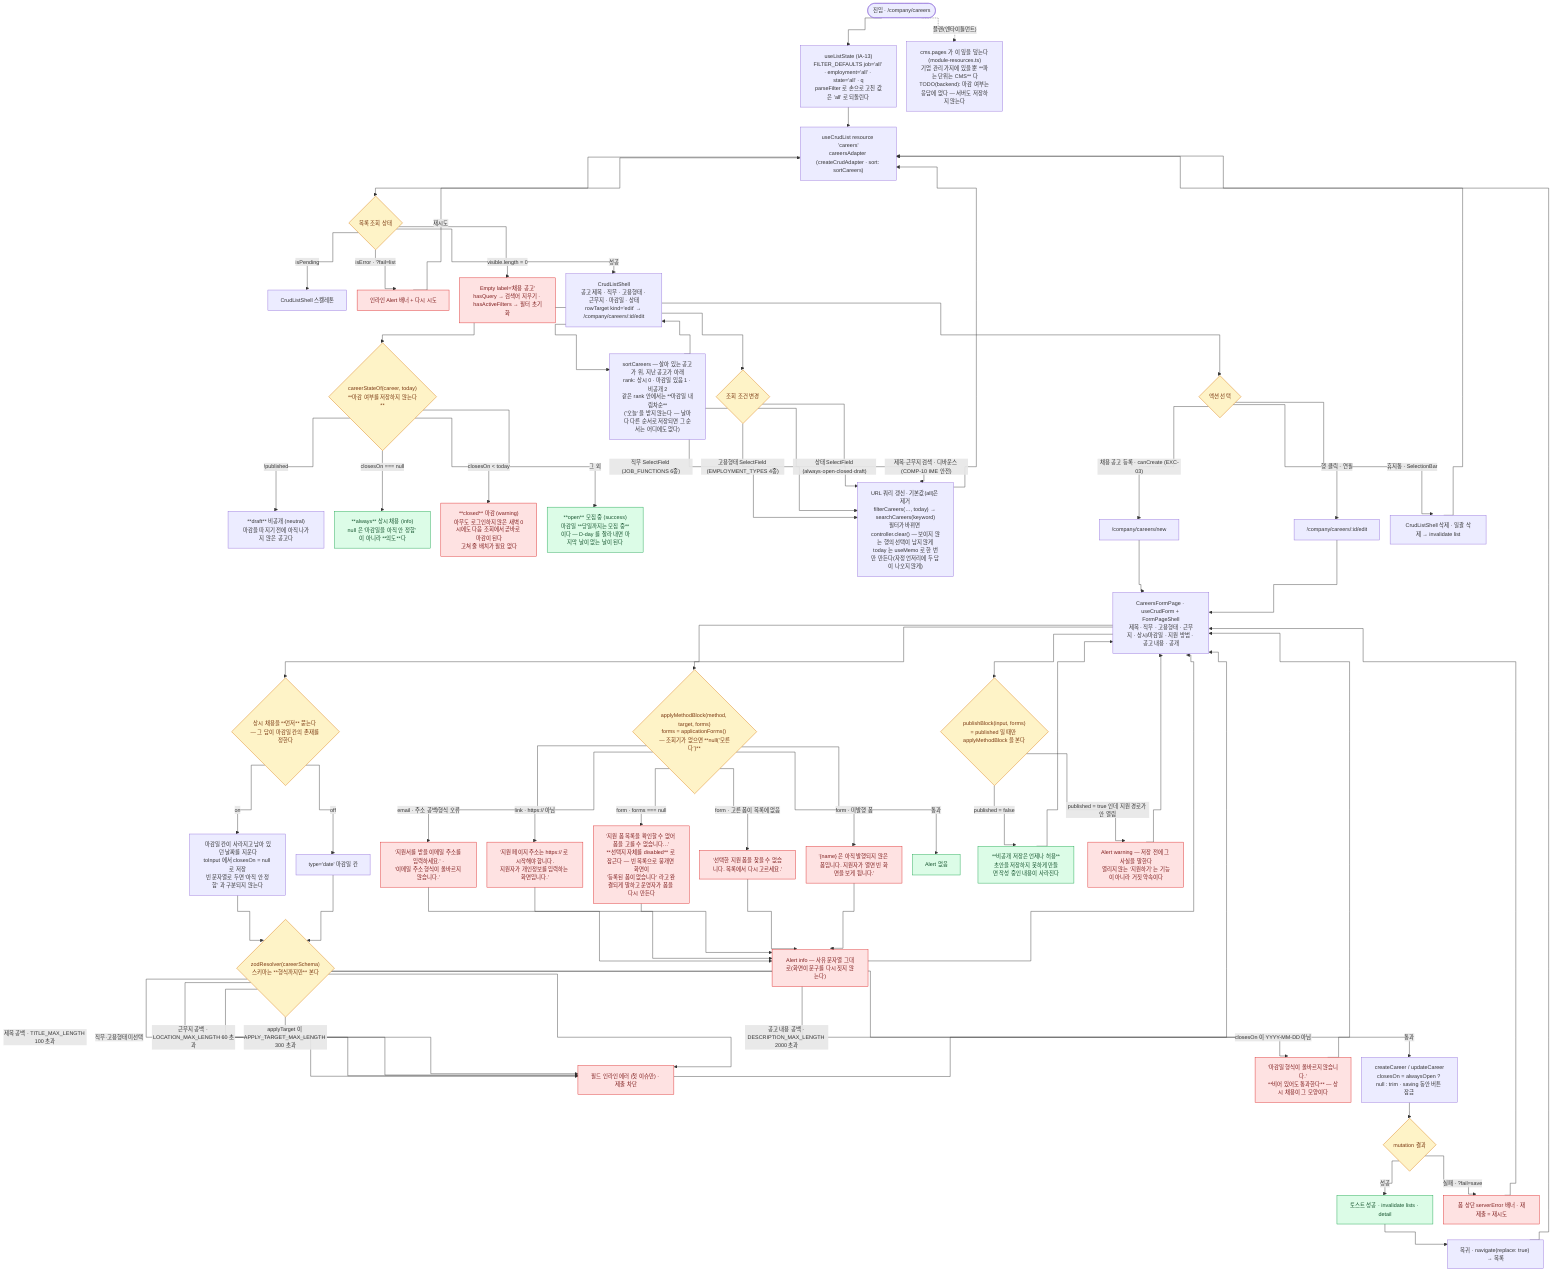
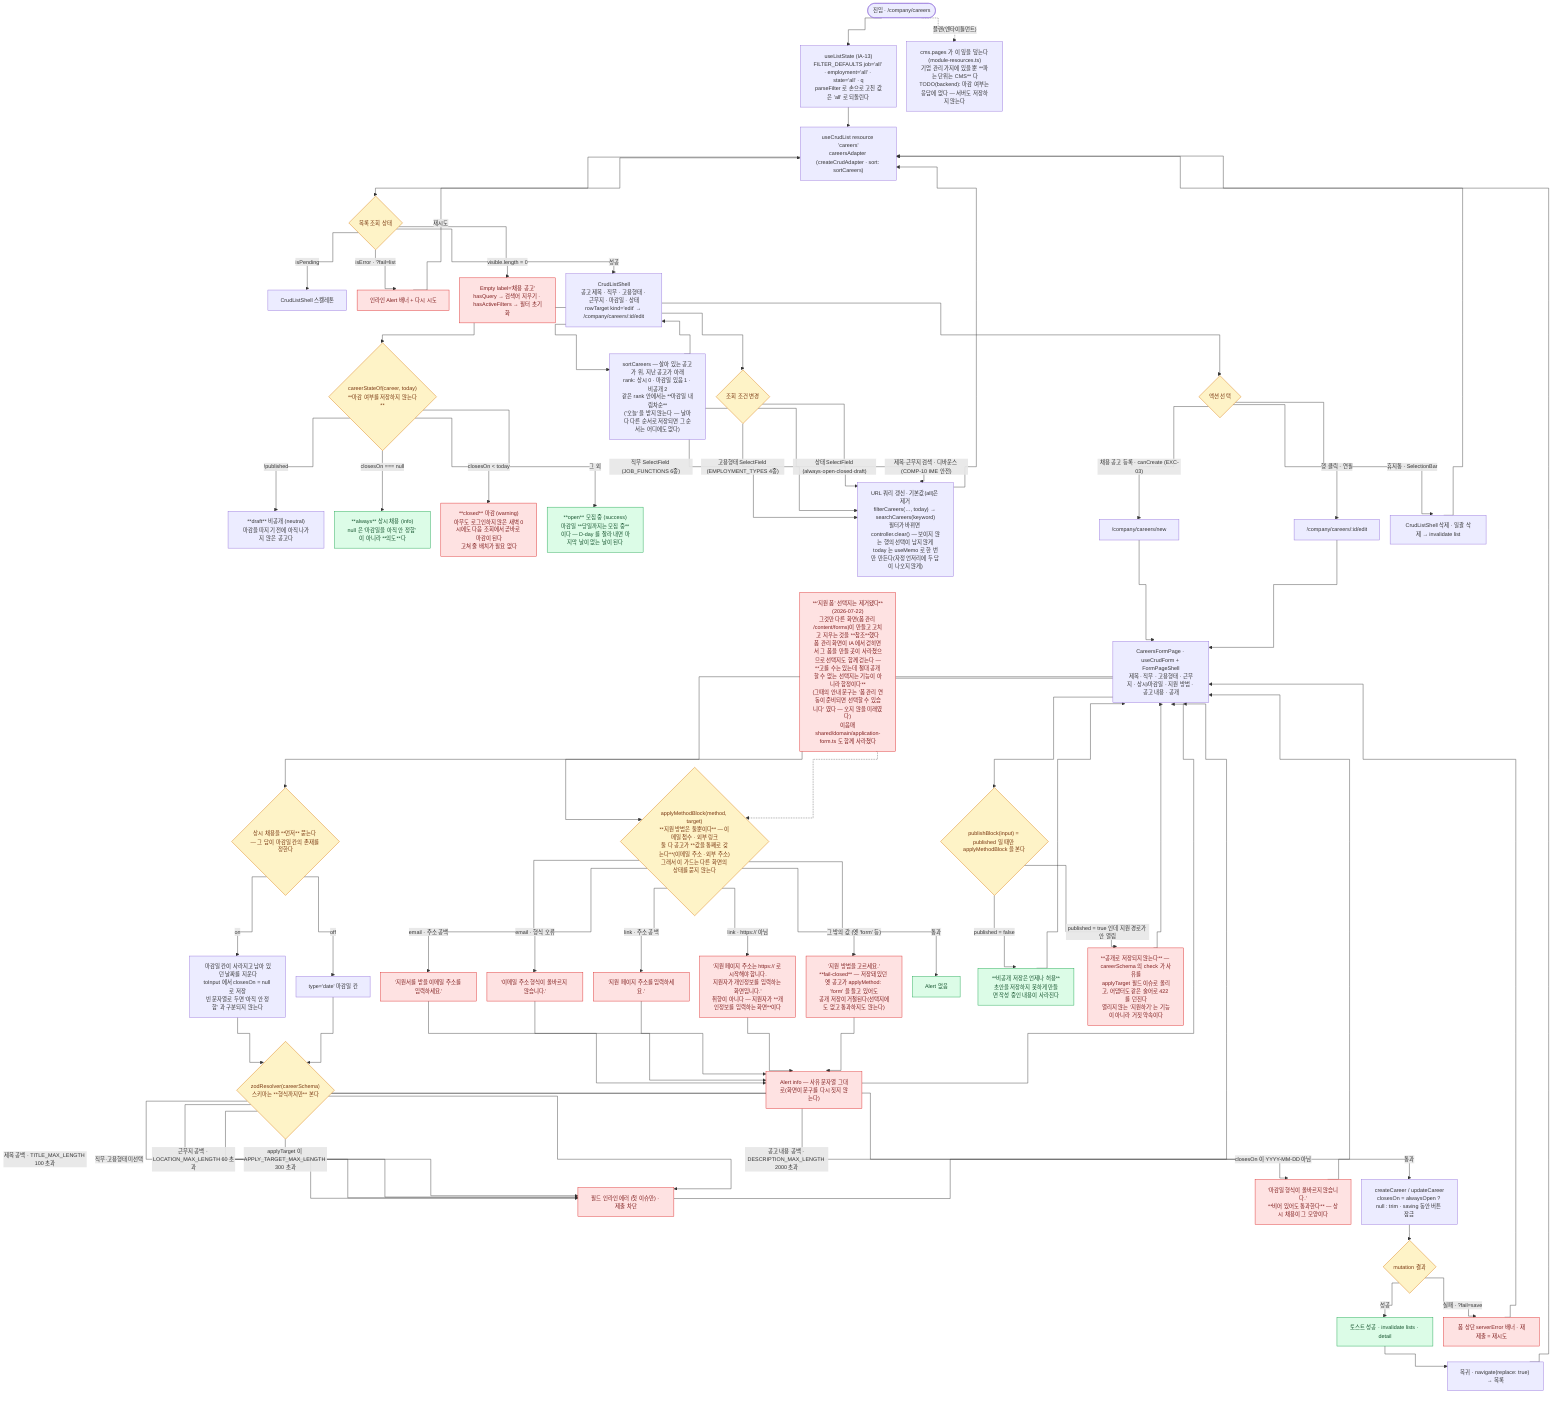
%% 채용 공고 · /company/careers
%%{init: {"flowchart": {"curve": "step", "nodeSpacing": 25, "rankSpacing": 38, "wrappingWidth": 170}, "themeVariables": {"fontSize": "13px"}} }%%
flowchart TD
  S(["진입 · /company/careers"]) --> URL["useListState (IA-13)<br/>FILTER_DEFAULTS job='all' · employment='all' · state='all' · q<br/>parseFilter 로 손으로 고친 값은 'all' 로 되돌린다"]
  URL --> Q["useCrudList resource 'careers'<br/>careersAdapter (createCrudAdapter · sort: sortCareers)"]
  Q --> ST{"목록 조회 상태"}
  ST -->|"isPending"| LOAD["CrudListShell 스켈레톤"]
  ST -->|"isError · ?fail=list"| ERRL["인라인 Alert 배너 + 다시 시도"]
  ST -->|"visible.length = 0"| EMPTY["Empty label='채용 공고'<br/>hasQuery → 검색어 지우기 · hasActiveFilters → 필터 초기화"]
  ST -->|"성공"| LIST["CrudListShell<br/>공고 제목 · 직무 · 고용형태 · 근무지 · 마감일 · 상태<br/>rowTarget kind='edit' → /company/careers/:id/edit"]
  ERRL -->|"재시도"| Q

  %% ── 마감은 파생값이다 ──
  LIST --> STATE{"careerStateOf(career, today)<br/>**마감 여부를 저장하지 않는다**"}
  STATE -->|"!published"| ST_D["**draft** 비공개 (neutral)<br/>마감을 따지기 전에 아직 나가지 않은 공고다"]
  STATE -->|"closesOn === null"| ST_A["**always** 상시 채용 (info)<br/>null 은 '마감일을 아직 안 정함' 이 아니라 **의도**다"]
  STATE -->|"closesOn &lt; today"| ST_C["**closed** 마감 (warning)<br/>아무도 로그인하지 않은 새벽 0시에도 다음 조회에서 곧바로 마감이 된다<br/>고쳐 줄 배치가 필요 없다"]
  STATE -->|"그 외"| ST_O["**open** 모집 중 (success)<br/>마감일 **당일까지는 모집 중**이다 — D-day 를 잘라 내면 마지막 날이 없는 날이 된다"]

  LIST --> SORT["sortCareers — 살아 있는 공고가 위, 지난 공고가 아래<br/>rank: 상시 0 · 마감일 있음 1 · 비공개 2<br/>같은 rank 안에서는 **마감일 내림차순**<br/>('오늘' 을 받지 않는다 — 날마다 다른 순서로 저장되면 그 순서는 어디에도 없다)"]
  SORT --> LIST

  LIST --> F{"조회 조건 변경"}
  F -->|"직무 SelectField (JOB_FUNCTIONS 6종)"| SETQ
  F -->|"고용형태 SelectField (EMPLOYMENT_TYPES 4종)"| SETQ
  F -->|"상태 SelectField (always·open·closed·draft)"| SETQ
  F -->|"제목·근무지 검색 · 디바운스 (COMP-10 IME 안전)"| SETQ
  SETQ["URL 쿼리 갱신 · 기본값(all)은 제거<br/>filterCareers(…, today) → searchCareers(keyword)<br/>필터가 바뀌면 controller.clear() — 보이지 않는 행의 선택이 남지 않게<br/>today 는 useMemo 로 한 번만 만든다(자정 언저리에 두 답이 나오지 않게)"] --> Q

  LIST --> ACT{"액션 선택"}
  ACT -->|"채용 공고 등록 · canCreate (EXC-03)"| NEW["/company/careers/new"]
  ACT -->|"행 클릭 · 연필"| EDIT["/company/careers/:id/edit"]
  ACT -->|"휴지통 · SelectionBar"| DEL["CrudListShell 삭제 · 일괄 삭제 → invalidate list"]
  DEL --> Q

  %% ── 등록 · 수정 폼 ──
  NEW --> FORM
  EDIT --> FORM
  FORM["CareersFormPage · useCrudForm + FormPageShell<br/>제목 · 직무 · 고용형태 · 근무지 · 상시/마감일 · 지원 방법 · 공고 내용 · 공개"] --> ALW{"상시 채용을 **먼저** 묻는다 — 그 답이 마감일 칸의 존재를 정한다"}
  ALW -->|"on"| ALW1["마감일 칸이 사라지고 남아 있던 날짜를 지운다<br/>toInput 에서 closesOn = null 로 저장<br/>빈 문자열로 두면 '아직 안 정함' 과 구분되지 않는다"]
  ALW -->|"off"| ALW2["type='date' 마감일 칸"]
  ALW1 --> V
  ALW2 --> V

  V{"zodResolver(careerSchema)<br/>스키마는 **형식까지만** 본다"} -->|"제목 공백 · TITLE_MAX_LENGTH 100 초과"| VE
  V -->|"직무·고용형태 미선택"| VE
  V -->|"근무지 공백 · LOCATION_MAX_LENGTH 60 초과"| VE
  V -->|"closesOn 이 YYYY-MM-DD 아님"| VE2["'마감일 형식이 올바르지 않습니다.'<br/>**비어 있어도 통과한다** — 상시 채용이 그 모양이다"]
  V -->|"applyTarget 이 APPLY_TARGET_MAX_LENGTH 300 초과"| VE
  V -->|"공고 내용 공백 · DESCRIPTION_MAX_LENGTH 2000 초과"| VE
  VE["필드 인라인 에러 (첫 이슈만) · 제출 차단"] --> FORM
  VE2 --> FORM

  %% ── 지원 방법 가드 ──
-   FORM --> AM{"applyMethodBlock(method, target, forms)<br/>forms = applicationForms() — 조회기가 없으면 **null('모른다')**"}
-   AM -->|"email · 주소 공백/형식 오류"| AM1["'지원서를 받을 이메일 주소를 입력하세요.' ·<br/>'이메일 주소 형식이 올바르지 않습니다.'"]
-   AM -->|"link · https:// 아님"| AM2["'지원 페이지 주소는 https:// 로 시작해야 합니다.<br/>지원자가 개인정보를 입력하는 화면입니다.'"]
-   AM -->|"form · forms === null"| AM3["'지원 폼 목록을 확인할 수 없어 폼을 고를 수 없습니다…'<br/>**선택지 자체를 disabled** 로 잠근다 — 빈 목록으로 뭉개면 화면이<br/>'등록된 폼이 없습니다' 라고 완결되게 말하고 운영자가 폼을 다시 만든다"]
-   AM -->|"form · 고른 폼이 목록에 없음"| AM4["'선택한 지원 폼을 찾을 수 없습니다. 목록에서 다시 고르세요.'"]
-   AM -->|"form · 미발행 폼"| AM5["'{name} 은 아직 발행되지 않은 폼입니다. 지원자가 열면 빈 화면을 보게 됩니다.'"]
+   FORM --> AM{"applyMethodBlock(method, target)<br/>**지원 방법은 둘뿐이다** — 이메일 접수 · 외부 링크<br/>둘 다 공고가 **값을 통째로 갖는다**(이메일 주소 · 외부 주소)<br/>그래서 이 가드는 다른 화면의 상태를 묻지 않는다"}
+   AM -->|"email · 주소 공백"| AM1["'지원서를 받을 이메일 주소를 입력하세요.'"]
+   AM -->|"email · 형식 오류"| AM2["'이메일 주소 형식이 올바르지 않습니다.'"]
+   AM -->|"link · 주소 공백"| AM3["'지원 페이지 주소를 입력하세요.'"]
+   AM -->|"link · https:// 아님"| AM4["'지원 페이지 주소는 https:// 로 시작해야 합니다.<br/>지원자가 개인정보를 입력하는 화면입니다.'<br/>취향이 아니다 — 지원자가 **개인정보를 입력하는 화면**이다"]
+   AM -->|"그 밖의 값 (옛 'form' 등)"| AM5["'지원 방법을 고르세요.'<br/>**fail-closed** — 저장돼 있던 옛 공고가 applyMethod: 'form' 을 들고 있어도<br/>공개 저장이 거절된다(선택지에도 없고 통과하지도 않는다)"]
  AM -->|"통과"| AMOK["Alert 없음"]
  AM1 --> AMINFO
  AM2 --> AMINFO
  AM3 --> AMINFO
  AM4 --> AMINFO
  AM5 --> AMINFO["Alert info — 사유 문자열 그대로(화면이 문구를 다시 짓지 않는다)"]
  AMINFO --> FORM

-   FORM --> PB{"publishBlock(input, forms)<br/>= published 일 때만 applyMethodBlock 을 본다"}
+   GONE["**'지원 폼' 선택지는 제거됐다**(2026-07-22)<br/>그것만 다른 화면(폼 관리 /content/forms)이 만들고 고치고 지우는 것을 **참조**했다<br/>폼 관리 화면이 IA 에서 걷히면서 그 폼을 만들 곳이 사라졌으므로 선택지도 함께 걷는다 —<br/>**고를 수는 있는데 절대 공개할 수 없는 선택지는 기능이 아니라 함정이다**<br/>(그때의 안내 문구는 '폼 관리 연동이 준비되면 선택할 수 있습니다' 였다 — 오지 않을 미래였다)<br/>이음매 shared/domain/application-form.ts 도 함께 사라졌다"]
+   GONE -.-> AM
+ 
+   FORM --> PB{"publishBlock(input) = published 일 때만 applyMethodBlock 을 본다"}
  PB -->|"published = false"| PBOK["**비공개 저장은 언제나 허용**<br/>초안을 저장하지 못하게 만들면 작성 중인 내용이 사라진다"]
-   PB -->|"published = true 인데 지원 경로가 안 열림"| PBNG["Alert warning — 저장 전에 그 사실을 말한다<br/>열리지 않는 '지원하기' 는 기능이 아니라 거짓 약속이다"]
+   PB -->|"published = true 인데 지원 경로가 안 열림"| PBNG["**공개로 저장되지 않는다** — careerSchema 의 check 가 사유를<br/>applyTarget 필드 이슈로 올리고, 어댑터도 같은 술어로 422 를 던진다<br/>열리지 않는 '지원하기' 는 기능이 아니라 거짓 약속이다"]
  PBNG --> FORM
  PBOK --> FORM

  V -->|"통과"| MUT["createCareer / updateCareer<br/>closesOn = alwaysOpen ? null : trim · saving 동안 버튼 잠금"]
  MUT --> MR{"mutation 결과"}
  MR -->|"성공"| OKS["토스트 성공 · invalidate lists · detail"]
  MR -->|"실패 · ?fail=save"| ERRS["폼 상단 serverError 배너 · 재제출 = 재시도"]
  ERRS --> FORM
  OKS --> BACK["복귀 · navigate(replace: true) → 목록"]
  BACK --> Q

  %% ── 판정 축 ──
  S -.->|"플랜(엔타이틀먼트)"| ENT["cms.pages 가 이 잎을 덮는다 (module-resources.ts)<br/>기업 관리 가지에 있을 뿐 **파는 단위는 CMS** 다<br/>TODO(backend): 마감 여부는 응답에 없다 — 서버도 저장하지 않는다"]

  classDef gate fill:#fef3c7,stroke:#d97706,color:#78350f
  classDef err fill:#fee2e2,stroke:#dc2626,color:#7f1d1d
  classDef ok fill:#dcfce7,stroke:#16a34a,color:#14532d

  class ST,STATE,F,ACT,ALW,V,AM,PB,MR gate
-   class ERRL,EMPTY,ST_C,VE,VE2,AM1,AM2,AM3,AM4,AM5,AMINFO,PBNG,ERRS err
+   class ERRL,EMPTY,ST_C,VE,VE2,AM1,AM2,AM3,AM4,AM5,AMINFO,PBNG,ERRS,GONE err
  class ST_O,ST_A,AMOK,PBOK,OKS ok
